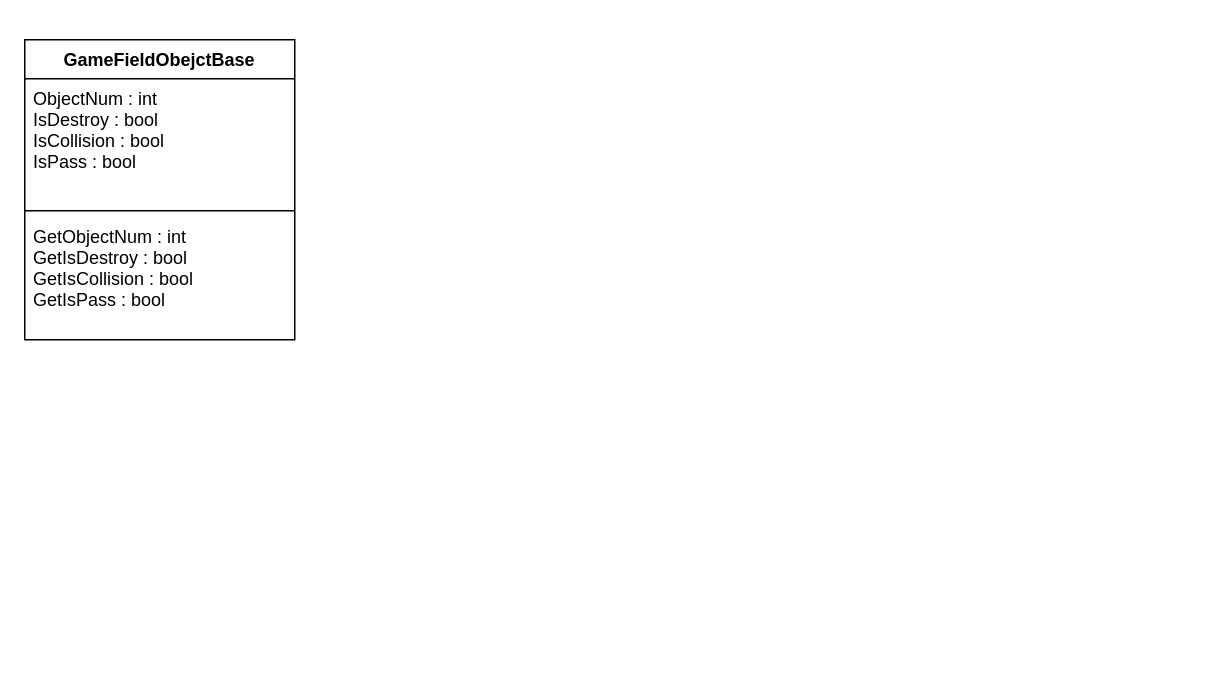
Above: Untitled Diagram.drawio in zzaxowns/Study_LIST_IN_Vacation (draw.io), before the change. Source tidied: cells renumbered, new cells numbered last; positions are measured from the earlier drawing's top-left corner, leaving out a move shared by most shapes. Both pictures are drawn from the tidied source at 150%, with x=0, y=0 at pixel (24, 39).
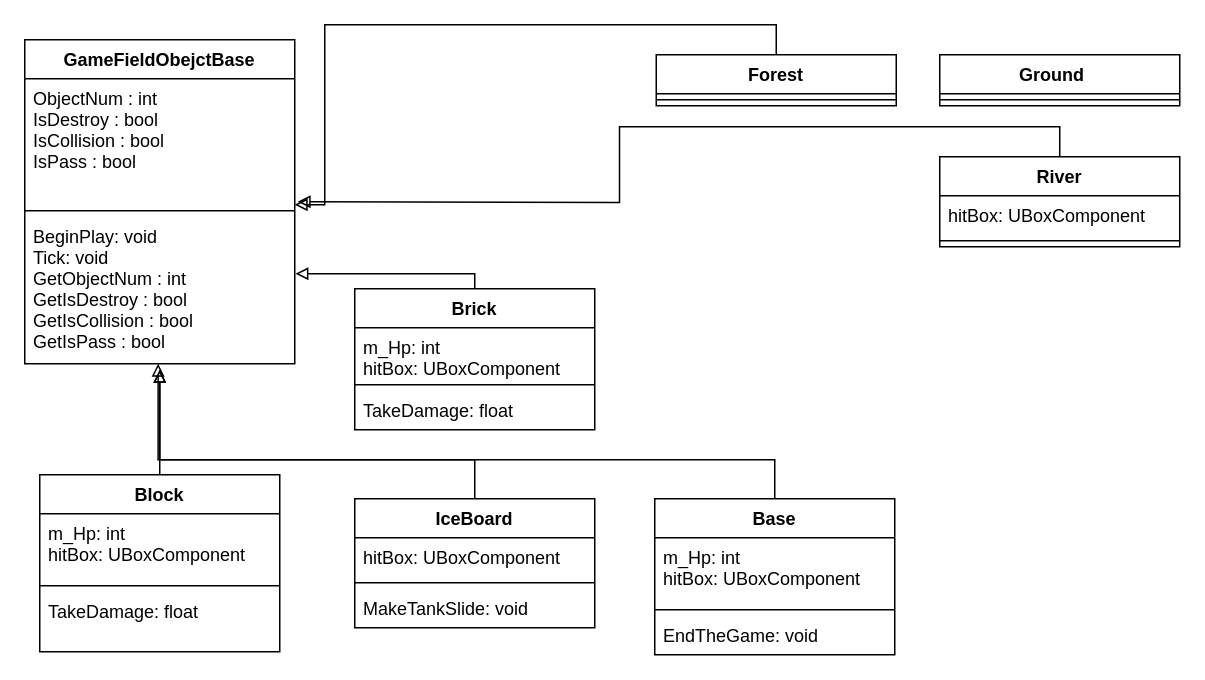
After the change.

What changed in the source:
```diff
@@
     <mxCell id="2" value="GameFieldObejctBase" style="swimlane;fontStyle=1;align=center;verticalAlign=top;horizontal=1;startSize=26;" parent="1" vertex="1">
-      <mxGeometry width="180" height="200" as="geometry" />
+      <mxGeometry width="180" height="216" as="geometry" />
     </mxCell>
@@
-    <mxCell id="5" value="GetObjectNum : int &#10;GetIsDestroy : bool &#10;GetIsCollision : bool &#10;GetIsPass : bool&#10;&#10;" style="text;strokeColor=none;fillColor=none;align=left;verticalAlign=top;spacingLeft=4;spacingRight=4;overflow=hidden;points=[[0,0.5],[1,0.5]];portConstraint=eastwest;" parent="2" vertex="1">
-      <mxGeometry y="118" width="180" height="82" as="geometry" />
+    <mxCell id="5" value="BeginPlay: void&#10;Tick: void&#10;GetObjectNum : int &#10;GetIsDestroy : bool &#10;GetIsCollision : bool &#10;GetIsPass : bool&#10;&#10;" style="text;strokeColor=none;fillColor=none;align=left;verticalAlign=top;spacingLeft=4;spacingRight=4;overflow=hidden;points=[[0,0.5],[1,0.5]];portConstraint=eastwest;" parent="2" vertex="1">
+      <mxGeometry y="118" width="180" height="98" as="geometry" />
     </mxCell>
+    <mxCell id="6" value="Ground   " style="swimlane;fontStyle=1;align=center;verticalAlign=top;horizontal=1;startSize=26;" parent="1" vertex="1">
+      <mxGeometry x="610" y="10" width="160" height="34" as="geometry" />
+    </mxCell>
+    <mxCell id="7" style="line;strokeWidth=1;fillColor=none;align=left;verticalAlign=middle;spacingTop=-1;spacingLeft=3;spacingRight=3;labelPosition=right;" parent="6" vertex="1">
+      <mxGeometry y="26" width="160" height="8" as="geometry" />
+    </mxCell>
+    <mxCell id="8" style="edgeStyle=orthogonalEdgeStyle;rounded=0;jettySize=auto;html=1;exitX=0.5;exitY=0;exitDx=0;exitDy=0;startArrow=none;startFill=0;endArrow=block;endFill=0;" parent="1" edge="1" source="9">
+      <mxGeometry relative="1" as="geometry">
+        <mxPoint x="90" y="220" as="targetPoint" />
+      </mxGeometry>
+    </mxCell>
+    <mxCell id="9" value="Block" style="swimlane;fontStyle=1;align=center;verticalAlign=top;horizontal=1;startSize=26;" parent="1" vertex="1">
+      <mxGeometry x="10" y="290" width="160" height="118" as="geometry" />
+    </mxCell>
+    <mxCell id="10" value="m_Hp: int&#10;hitBox: UBoxComponent" style="text;strokeColor=none;fillColor=none;align=left;verticalAlign=top;spacingLeft=4;spacingRight=4;overflow=hidden;" parent="9" vertex="1">
+      <mxGeometry y="26" width="160" height="44" as="geometry" />
+    </mxCell>
+    <mxCell id="11" style="line;strokeWidth=1;fillColor=none;align=left;verticalAlign=middle;spacingTop=-1;spacingLeft=3;spacingRight=3;labelPosition=right;" parent="9" vertex="1">
+      <mxGeometry y="70" width="160" height="8" as="geometry" />
+    </mxCell>
+    <mxCell id="12" value="TakeDamage: float " style="text;strokeColor=none;fillColor=none;align=left;verticalAlign=top;spacingLeft=4;spacingRight=4;overflow=hidden;" parent="9" vertex="1">
+      <mxGeometry y="78" width="160" height="40" as="geometry" />
+    </mxCell>
+    <mxCell id="13" style="edgeStyle=orthogonalEdgeStyle;rounded=0;orthogonalLoop=1;jettySize=auto;html=1;exitX=0.5;exitY=0;exitDx=0;exitDy=0;entryX=1.003;entryY=0.976;entryDx=0;entryDy=0;entryPerimeter=0;startArrow=none;startFill=0;endArrow=block;endFill=0;" parent="1" edge="1">
+      <mxGeometry relative="1" as="geometry">
+        <mxPoint x="300" y="168" as="sourcePoint" />
+        <mxPoint x="180.5" y="156" as="targetPoint" />
+        <Array as="points">
+          <mxPoint x="300" y="156" />
+        </Array>
+      </mxGeometry>
+    </mxCell>
+    <mxCell id="14" value="Brick" style="swimlane;fontStyle=1;align=center;verticalAlign=top;horizontal=1;startSize=26;" parent="1" vertex="1">
+      <mxGeometry x="220" y="166" width="160" height="94" as="geometry" />
+    </mxCell>
+    <mxCell id="15" value="m_Hp: int&#10;hitBox: UBoxComponent" style="text;strokeColor=none;fillColor=none;align=left;verticalAlign=top;spacingLeft=4;spacingRight=4;overflow=hidden;" parent="14" vertex="1">
+      <mxGeometry y="26" width="160" height="34" as="geometry" />
+    </mxCell>
+    <mxCell id="16" style="line;strokeWidth=1;fillColor=none;align=left;verticalAlign=middle;spacingTop=-1;spacingLeft=3;spacingRight=3;labelPosition=right;" parent="14" vertex="1">
+      <mxGeometry y="60" width="160" height="8" as="geometry" />
+    </mxCell>
+    <mxCell id="17" value="TakeDamage: float " style="text;strokeColor=none;fillColor=none;align=left;verticalAlign=top;spacingLeft=4;spacingRight=4;overflow=hidden;" parent="14" vertex="1">
+      <mxGeometry y="68" width="160" height="26" as="geometry" />
+    </mxCell>
+    <mxCell id="18" style="edgeStyle=orthogonalEdgeStyle;rounded=0;jettySize=auto;html=1;exitX=0.5;exitY=0;exitDx=0;exitDy=0;startArrow=none;startFill=0;endArrow=block;endFill=0;" parent="1" edge="1" source="19">
+      <mxGeometry relative="1" as="geometry">
+        <mxPoint x="180" y="110" as="targetPoint" />
+        <Array as="points">
+          <mxPoint x="501" y="-10" />
+          <mxPoint x="200" y="-10" />
+          <mxPoint x="200" y="110" />
+        </Array>
+      </mxGeometry>
+    </mxCell>
+    <mxCell id="19" value="Forest" style="swimlane;fontStyle=1;align=center;verticalAlign=top;horizontal=1;startSize=26;" parent="1" vertex="1">
+      <mxGeometry x="421" y="10" width="160" height="34" as="geometry" />
+    </mxCell>
+    <mxCell id="20" style="line;strokeWidth=1;fillColor=none;align=left;verticalAlign=middle;spacingTop=-1;spacingLeft=3;spacingRight=3;labelPosition=right;" parent="19" vertex="1">
+      <mxGeometry y="26" width="160" height="8" as="geometry" />
+    </mxCell>
+    <mxCell id="21" style="edgeStyle=orthogonalEdgeStyle;rounded=0;jettySize=auto;html=1;exitX=0.5;exitY=0;exitDx=0;exitDy=0;startArrow=none;startFill=0;endArrow=block;endFill=0;" parent="1" edge="1" source="22">
+      <mxGeometry relative="1" as="geometry">
+        <mxPoint x="182" y="108" as="targetPoint" />
+      </mxGeometry>
+    </mxCell>
+    <mxCell id="22" value="River" style="swimlane;fontStyle=1;align=center;verticalAlign=top;horizontal=1;startSize=26;" parent="1" vertex="1">
+      <mxGeometry x="610" y="78" width="160" height="60" as="geometry" />
+    </mxCell>
+    <mxCell id="23" value="hitBox: UBoxComponent" style="text;strokeColor=none;fillColor=none;align=left;verticalAlign=top;spacingLeft=4;spacingRight=4;overflow=hidden;" parent="22" vertex="1">
+      <mxGeometry y="26" width="160" height="26" as="geometry" />
+    </mxCell>
+    <mxCell id="24" style="line;strokeWidth=1;fillColor=none;align=left;verticalAlign=middle;spacingTop=-1;spacingLeft=3;spacingRight=3;labelPosition=right;" parent="22" vertex="1">
+      <mxGeometry y="52" width="160" height="8" as="geometry" />
+    </mxCell>
+    <mxCell id="25" style="edgeStyle=orthogonalEdgeStyle;rounded=0;jettySize=auto;html=1;exitX=0.5;exitY=0;exitDx=0;exitDy=0;entryX=0.494;entryY=1;entryDx=0;entryDy=0;entryPerimeter=0;startArrow=none;startFill=0;endArrow=block;endFill=0;" parent="1" edge="1" source="26" target="5">
+      <mxGeometry relative="1" as="geometry">
+        <Array as="points">
+          <mxPoint x="300" y="280" />
+          <mxPoint x="89" y="280" />
+        </Array>
+      </mxGeometry>
+    </mxCell>
+    <mxCell id="26" value="IceBoard" style="swimlane;fontStyle=1;align=center;verticalAlign=top;horizontal=1;startSize=26;" parent="1" vertex="1">
+      <mxGeometry x="220" y="306" width="160" height="86" as="geometry" />
+    </mxCell>
+    <mxCell id="27" value="hitBox: UBoxComponent" style="text;strokeColor=none;fillColor=none;align=left;verticalAlign=top;spacingLeft=4;spacingRight=4;overflow=hidden;" parent="26" vertex="1">
+      <mxGeometry y="26" width="160" height="26" as="geometry" />
+    </mxCell>
+    <mxCell id="28" style="line;strokeWidth=1;fillColor=none;align=left;verticalAlign=middle;spacingTop=-1;spacingLeft=3;spacingRight=3;labelPosition=right;" parent="26" vertex="1">
+      <mxGeometry y="52" width="160" height="8" as="geometry" />
+    </mxCell>
+    <mxCell id="29" value="MakeTankSlide: void " style="text;strokeColor=none;fillColor=none;align=left;verticalAlign=top;spacingLeft=4;spacingRight=4;overflow=hidden;" parent="26" vertex="1">
+      <mxGeometry y="60" width="160" height="26" as="geometry" />
+    </mxCell>
+    <mxCell id="30" style="edgeStyle=orthogonalEdgeStyle;rounded=0;jettySize=auto;html=1;exitX=0.5;exitY=0;exitDx=0;exitDy=0;startArrow=none;startFill=0;endArrow=block;endFill=0;" parent="1" edge="1" source="31">
+      <mxGeometry relative="1" as="geometry">
+        <mxPoint x="90" y="220" as="targetPoint" />
+        <Array as="points">
+          <mxPoint x="500" y="280" />
+          <mxPoint x="90" y="280" />
+        </Array>
+      </mxGeometry>
+    </mxCell>
+    <mxCell id="31" value="Base" style="swimlane;fontStyle=1;align=center;verticalAlign=top;horizontal=1;startSize=26;" parent="1" vertex="1">
+      <mxGeometry x="420" y="306" width="160" height="104" as="geometry" />
+    </mxCell>
+    <mxCell id="32" value="m_Hp: int&#10;hitBox: UBoxComponent" style="text;strokeColor=none;fillColor=none;align=left;verticalAlign=top;spacingLeft=4;spacingRight=4;overflow=hidden;" parent="31" vertex="1">
+      <mxGeometry y="26" width="160" height="44" as="geometry" />
+    </mxCell>
+    <mxCell id="33" style="line;strokeWidth=1;fillColor=none;align=left;verticalAlign=middle;spacingTop=-1;spacingLeft=3;spacingRight=3;labelPosition=right;" parent="31" vertex="1">
+      <mxGeometry y="70" width="160" height="8" as="geometry" />
+    </mxCell>
+    <mxCell id="34" value="EndTheGame: void " style="text;strokeColor=none;fillColor=none;align=left;verticalAlign=top;spacingLeft=4;spacingRight=4;overflow=hidden;" parent="31" vertex="1">
+      <mxGeometry y="78" width="160" height="26" as="geometry" />
+    </mxCell>
```
